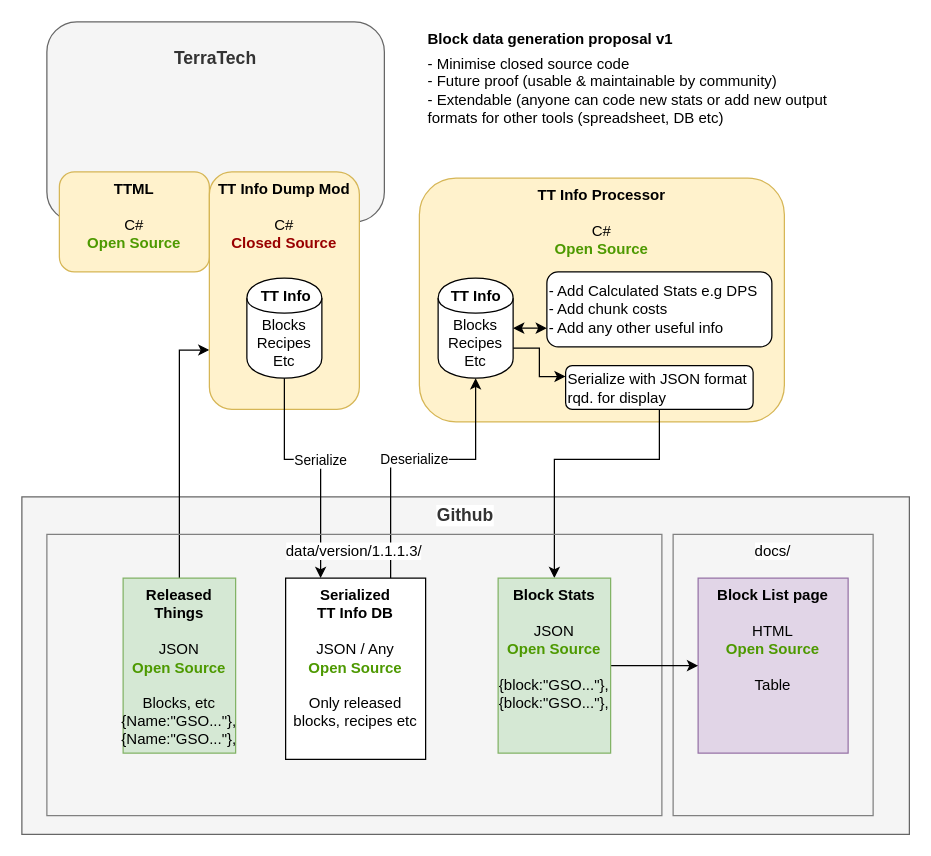
This is docs/Data generation proposal v1.drawio from Danny-Alexander/terratech-block-list, a draw.io file, before an edit. Source tidied: cells renumbered, new cells numbered last; positions are measured from the earlier drawing's top-left corner, leaving out a move shared by most shapes. Both pictures are drawn from the tidied source at 125%, with x=0, y=0 at pixel (21, 21).
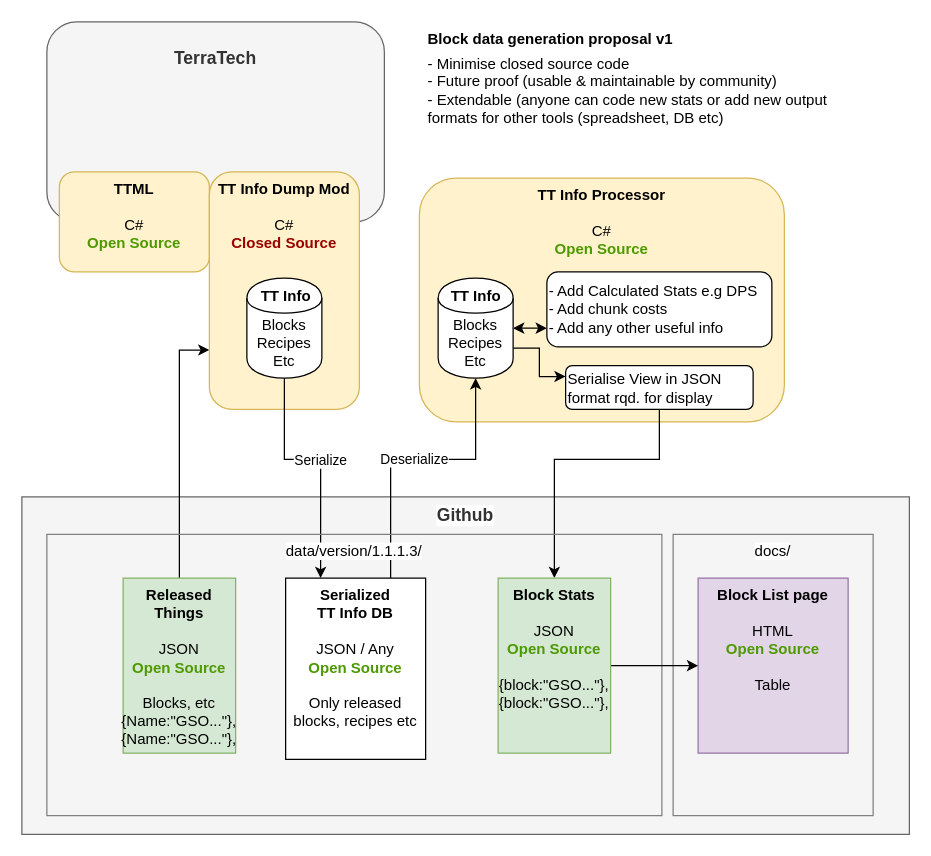
The same diagram, later.

The edit, as a diff of the source:
```diff
@@
-    <mxCell id="17" value="Serialize with JSON format rqd. for display" style="rounded=1;whiteSpace=wrap;html=1;align=left;" parent="1" vertex="1">
+    <mxCell id="17" value="Serialise View in JSON format rqd. for display" style="rounded=1;whiteSpace=wrap;html=1;align=left;" parent="1" vertex="1">
       <mxGeometry x="435" y="275" width="150" height="35" as="geometry" />
     </mxCell>
```
